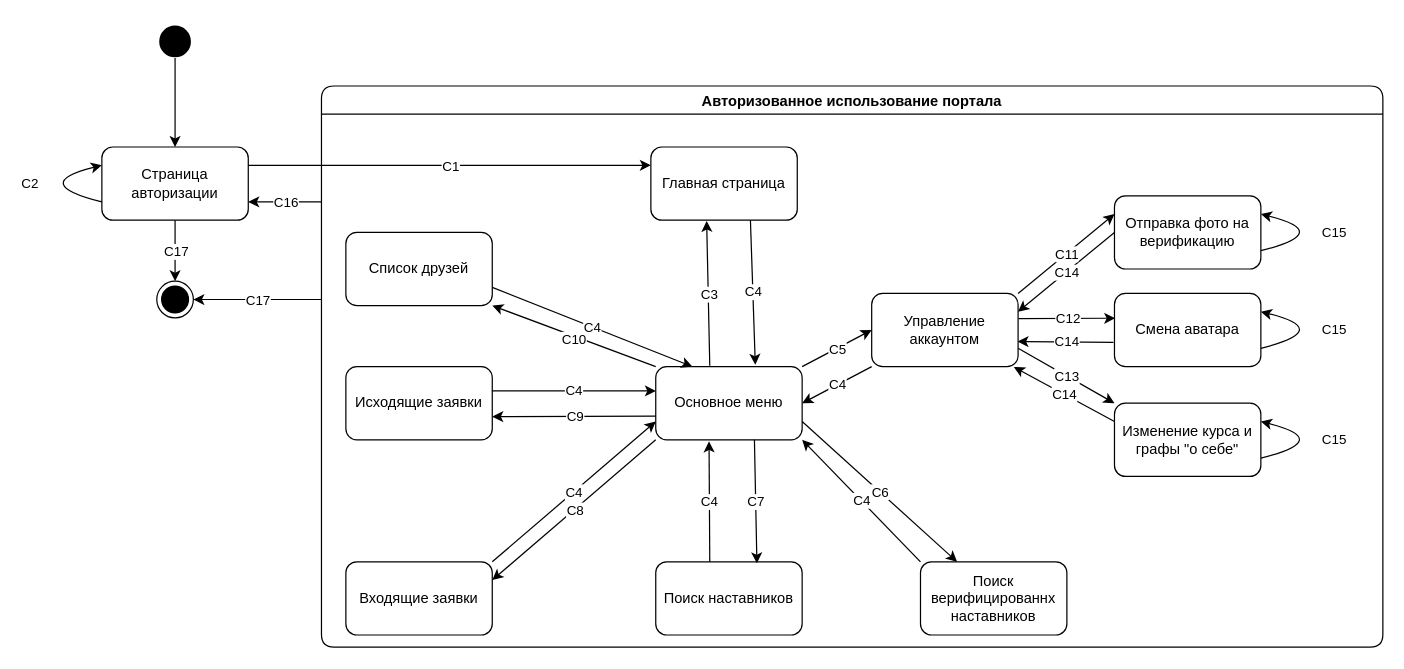
This is курсовая трпс/схемы/состояние UI веб.drawio from Trickster2038/BmstuDocs5, a draw.io file, before an edit. Source tidied: cells renumbered, new cells numbered last; positions are measured from the earlier drawing's top-left corner, leaving out a move shared by most shapes. Both pictures are drawn from the tidied source at 122%, with x=0, y=0 at pixel (28, 24).
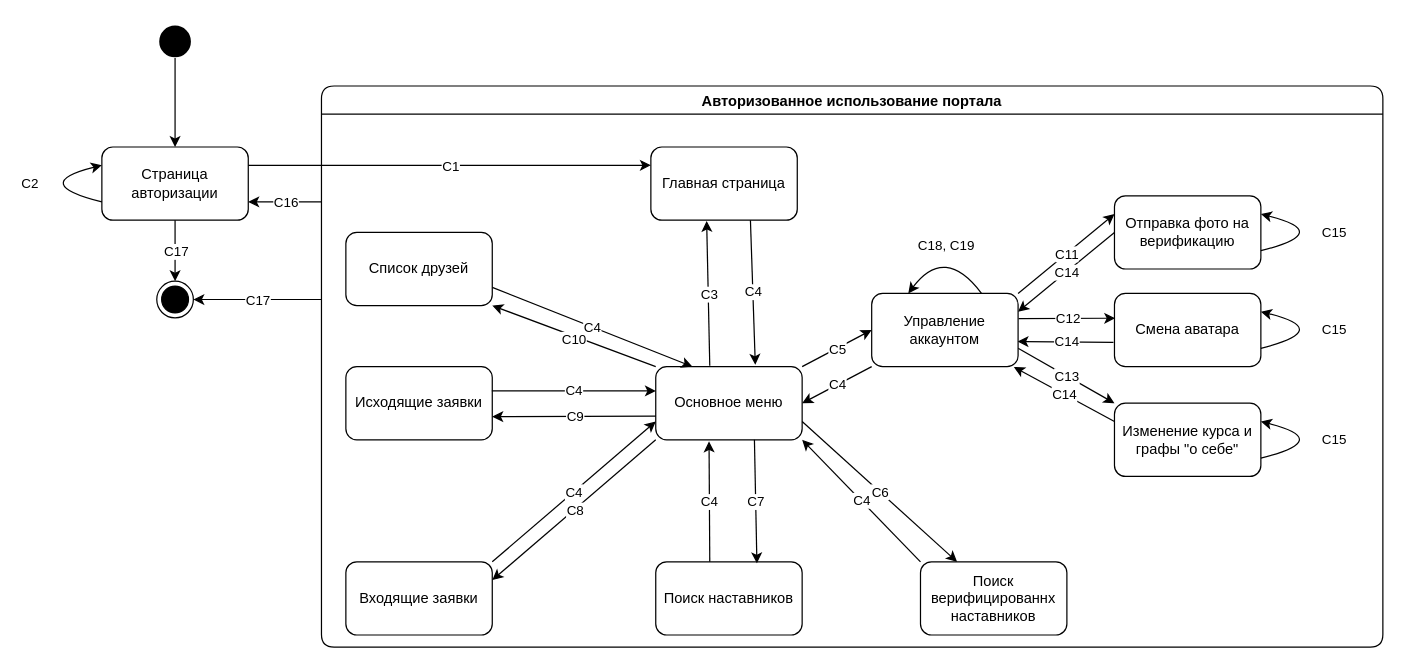
The same page after the edit.

The change refers to these unchanged cells:
```xml
<mxCell id="58" value="Авторизованное использование портала" style="swimlane;rounded=1;strokeColor=#000000;strokeWidth=1;" parent="1" vertex="1">
  <mxGeometry x="240" y="50" width="870" height="460" as="geometry" />
</mxCell>
<mxCell id="61" value="Управление аккаунтом" style="rounded=1;whiteSpace=wrap;html=1;strokeColor=#000000;strokeWidth=1;" parent="58" vertex="1">
  <mxGeometry x="451" y="170" width="120" height="60" as="geometry" />
</mxCell>
```

What changed in the source:
```diff
@@
+    <mxCell id="74" style="endArrow=classic;html=1;rounded=0;edgeStyle=orthogonalEdgeStyle;entryX=0.25;entryY=0;entryDx=0;entryDy=0;exitX=0.75;exitY=0;exitDx=0;exitDy=0;curved=1;" parent="58" edge="1" source="61" target="61">
+      <mxGeometry relative="1" as="geometry">
+        <Array as="points">
+          <mxPoint x="511" y="130" />
+        </Array>
+      </mxGeometry>
+    </mxCell>
+    <mxCell id="75" value="C18, C19" style="edgeLabel;html=1;align=center;verticalAlign=middle;" parent="74" vertex="1">
+      <mxGeometry relative="1" as="geometry" />
+    </mxCell>
```
